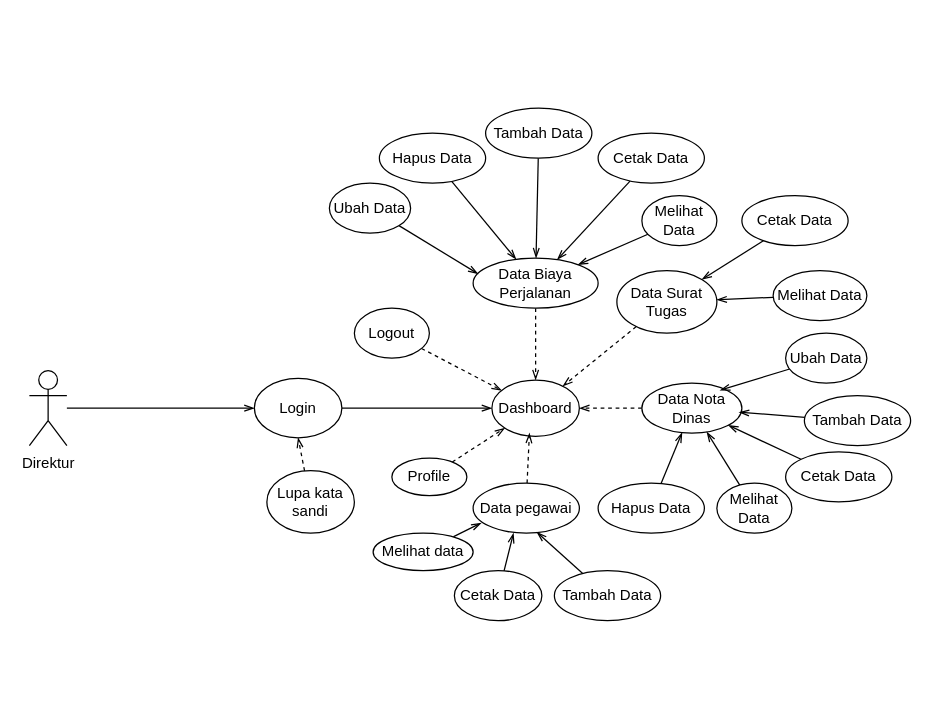
Above: suratppd.drawio in rpnjul/suratppd (draw.io), before the change. Source tidied: cells renumbered, new cells numbered last; positions are measured from the earlier drawing's top-left corner, leaving out a move shared by most shapes. Both pictures are drawn from the tidied source at 125%, with x=0, y=0 at pixel (29, 108).
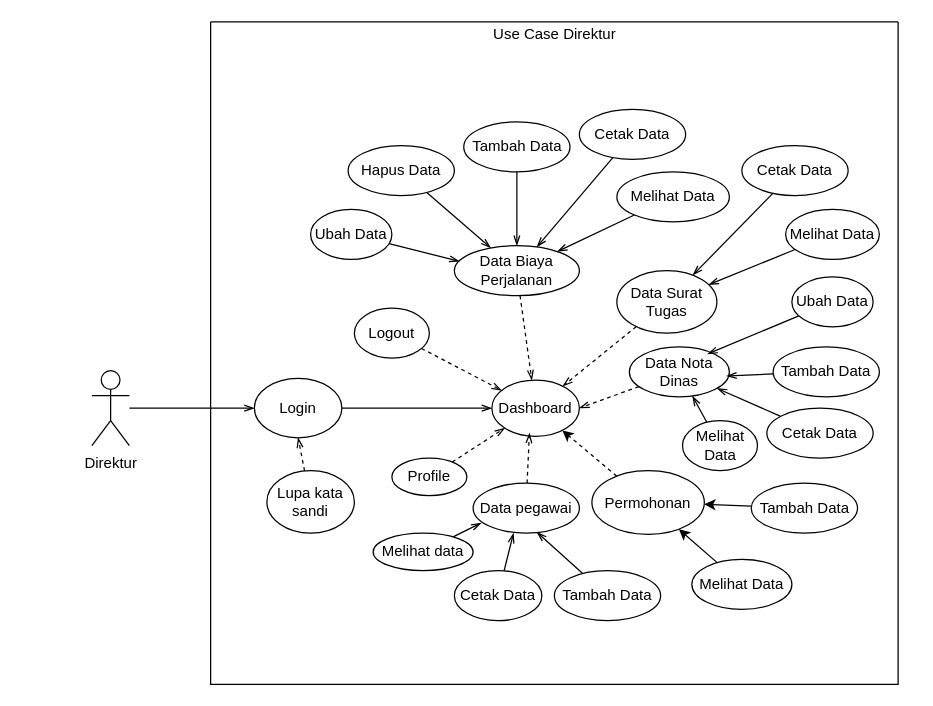
The same page after the edit.

Unchanged cells that the change refers to:
```xml
<mxCell id="8" value="Dashboard" style="ellipse;whiteSpace=wrap;html=1;" parent="1" vertex="1">
  <mxGeometry x="370" y="217.5" width="70" height="45" as="geometry" />
</mxCell>
```

The edit, as a diff of the source:
```diff
@@
     <mxCell id="3" value="Direktur" style="shape=umlActor;verticalLabelPosition=bottom;verticalAlign=top;html=1;" parent="1" vertex="1">
-      <mxGeometry y="210" width="30" height="60" as="geometry" />
+      <mxGeometry x="50" y="210" width="30" height="60" as="geometry" />
     </mxCell>
@@
     <mxCell id="18" value="Data Nota Dinas" style="ellipse;whiteSpace=wrap;html=1;" parent="1" vertex="1">
-      <mxGeometry x="490" y="220" width="80" height="40" as="geometry" />
+      <mxGeometry x="480" y="191" width="80" height="40" as="geometry" />
     </mxCell>
@@
     <mxCell id="22" value="Data Biaya Perjalanan" style="ellipse;whiteSpace=wrap;html=1;" parent="1" vertex="1">
-      <mxGeometry x="355" y="120" width="100" height="40" as="geometry" />
+      <mxGeometry x="340" y="110" width="100" height="40" as="geometry" />
     </mxCell>
@@
     <mxCell id="24" value="Ubah Data" style="ellipse;whiteSpace=wrap;html=1;" parent="1" vertex="1">
-      <mxGeometry x="240" y="60" width="65" height="40" as="geometry" />
+      <mxGeometry x="225" y="81" width="65" height="40" as="geometry" />
     </mxCell>
@@
     <mxCell id="26" value="Hapus Data" style="ellipse;whiteSpace=wrap;html=1;" parent="1" vertex="1">
-      <mxGeometry x="280" y="20" width="85" height="40" as="geometry" />
+      <mxGeometry x="255" y="30" width="85" height="40" as="geometry" />
     </mxCell>
@@
     <mxCell id="28" value="Tambah Data" style="ellipse;whiteSpace=wrap;html=1;" parent="1" vertex="1">
-      <mxGeometry x="365" width="85" height="40" as="geometry" />
+      <mxGeometry x="347.5" y="11" width="85" height="40" as="geometry" />
     </mxCell>
@@
     <mxCell id="30" value="Cetak Data" style="ellipse;whiteSpace=wrap;html=1;" parent="1" vertex="1">
-      <mxGeometry x="455" y="20" width="85" height="40" as="geometry" />
+      <mxGeometry x="440" y="1" width="85" height="40" as="geometry" />
     </mxCell>
@@
     <mxCell id="32" value="Melihat Data" style="ellipse;whiteSpace=wrap;html=1;" parent="1" vertex="1">
-      <mxGeometry x="490" y="70" width="60" height="40" as="geometry" />
+      <mxGeometry x="470" y="51" width="90" height="40" as="geometry" />
     </mxCell>
@@
     <mxCell id="34" value="Cetak Data" style="ellipse;whiteSpace=wrap;html=1;" parent="1" vertex="1">
-      <mxGeometry x="570" y="70" width="85" height="40" as="geometry" />
+      <mxGeometry x="570" y="30" width="85" height="40" as="geometry" />
     </mxCell>
@@
     <mxCell id="36" value="Melihat Data" style="ellipse;whiteSpace=wrap;html=1;" parent="1" vertex="1">
-      <mxGeometry x="595" y="130" width="75" height="40" as="geometry" />
+      <mxGeometry x="605" y="81" width="75" height="40" as="geometry" />
     </mxCell>
@@
     <mxCell id="38" value="Ubah Data" style="ellipse;whiteSpace=wrap;html=1;" parent="1" vertex="1">
-      <mxGeometry x="605" y="180" width="65" height="40" as="geometry" />
+      <mxGeometry x="610" y="135" width="65" height="40" as="geometry" />
     </mxCell>
-    <mxCell id="39" style="edgeStyle=none;rounded=0;jettySize=auto;html=1;endArrow=openThin;endFill=0;" parent="1" edge="1" source="40" target="18">
-      <mxGeometry relative="1" as="geometry" />
-    </mxCell>
-    <mxCell id="40" value="Hapus Data" style="ellipse;whiteSpace=wrap;html=1;" parent="1" vertex="1">
-      <mxGeometry x="455" y="300" width="85" height="40" as="geometry" />
-    </mxCell>
@@
     <mxCell id="42" value="Tambah Data" style="ellipse;whiteSpace=wrap;html=1;" parent="1" vertex="1">
-      <mxGeometry x="620" y="230" width="85" height="40" as="geometry" />
+      <mxGeometry x="595" y="191" width="85" height="40" as="geometry" />
     </mxCell>
@@
     <mxCell id="44" value="Cetak Data" style="ellipse;whiteSpace=wrap;html=1;" parent="1" vertex="1">
-      <mxGeometry x="605" y="275" width="85" height="40" as="geometry" />
+      <mxGeometry x="590" y="240" width="85" height="40" as="geometry" />
     </mxCell>
@@
     <mxCell id="46" value="Melihat Data" style="ellipse;whiteSpace=wrap;html=1;" parent="1" vertex="1">
-      <mxGeometry x="550" y="300" width="60" height="40" as="geometry" />
+      <mxGeometry x="522.5" y="250" width="60" height="40" as="geometry" />
     </mxCell>
@@
+    <mxCell id="51" value="Use Case Direktur" style="text;html=1;strokeColor=none;fillColor=none;align=center;verticalAlign=middle;whiteSpace=wrap;rounded=0;" parent="1" vertex="1">
+      <mxGeometry x="317.5" y="-69" width="205" height="20" as="geometry" />
+    </mxCell>
+    <mxCell id="52" style="rounded=0;jettySize=auto;html=1;dashed=1;" parent="1" edge="1" source="53" target="8">
+      <mxGeometry relative="1" as="geometry" />
+    </mxCell>
+    <mxCell id="53" value="Permohonan" style="ellipse;whiteSpace=wrap;html=1;" parent="1" vertex="1">
+      <mxGeometry x="450" y="290" width="90" height="51" as="geometry" />
+    </mxCell>
+    <mxCell id="54" style="edgeStyle=none;rounded=0;jettySize=auto;html=1;" parent="1" edge="1" source="55" target="53">
+      <mxGeometry relative="1" as="geometry" />
+    </mxCell>
+    <mxCell id="55" value="Tambah Data" style="ellipse;whiteSpace=wrap;html=1;" parent="1" vertex="1">
+      <mxGeometry x="577.5" y="300" width="85" height="40" as="geometry" />
+    </mxCell>
+    <mxCell id="56" style="edgeStyle=none;rounded=0;jettySize=auto;html=1;" parent="1" edge="1" source="57" target="53">
+      <mxGeometry relative="1" as="geometry" />
+    </mxCell>
+    <mxCell id="57" value="Melihat Data" style="ellipse;whiteSpace=wrap;html=1;" parent="1" vertex="1">
+      <mxGeometry x="530" y="361" width="80" height="40" as="geometry" />
+    </mxCell>
+    <mxCell id="58" style="swimlane;startSize=0;fillColor=#ffffff;" parent="1" vertex="1">
+      <mxGeometry x="145" y="-69" width="550" height="530" as="geometry" />
+    </mxCell>
```
